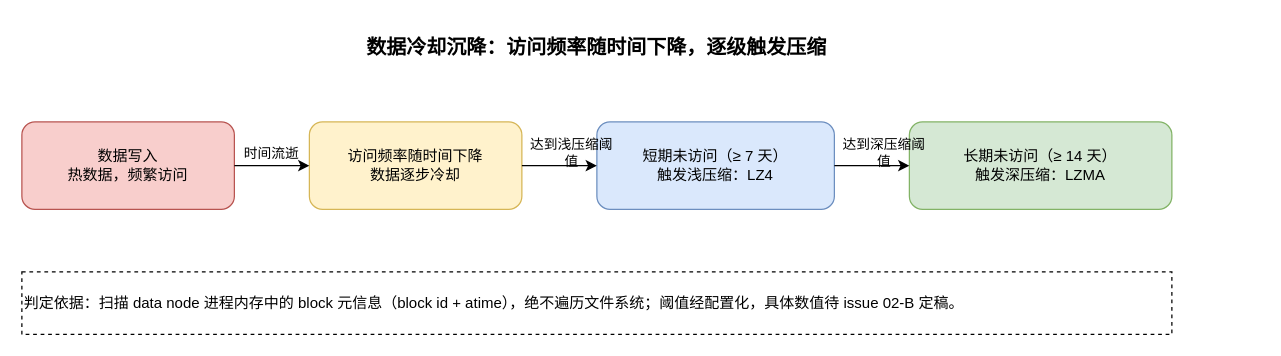
Above: docs/diagrams/flow-cooling.drawio in WitherLzero/distributed-compress-system (draw.io), before the change. Source tidied: cells renumbered, new cells numbered last; positions are measured from the earlier drawing's top-left corner, leaving out a move shared by most shapes. Both pictures are drawn from the tidied source at 125%, with x=0, y=0 at pixel (21, 21).
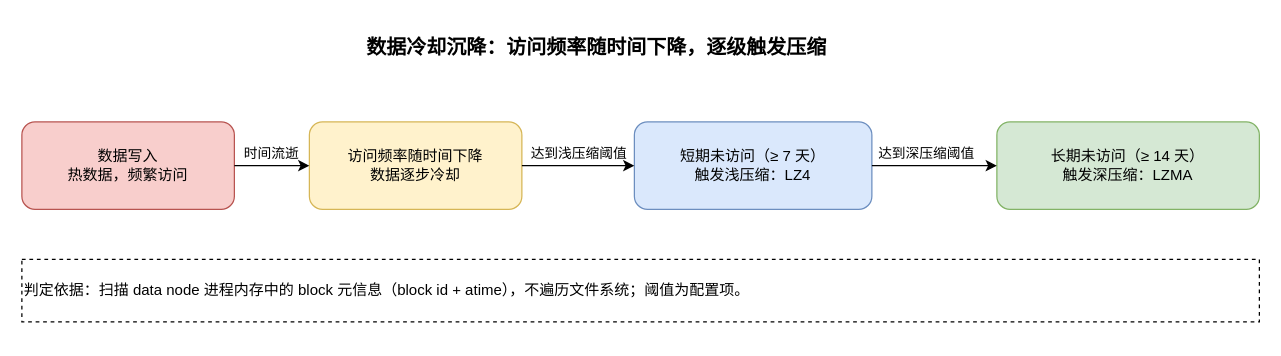
The same diagram, later.

Commit message (it also covers changes not shown here):
docs(design): lesson3 revision review fixes + close week3 issue 01

The edit, as a diff of the source:
```diff
@@
 <mxGraphModel>
   <root>
     <mxCell id="0" />
     <mxCell id="1" parent="0" />
     <mxCell id="2" value="数据冷却沉降：访问频率随时间下降，逐级触发压缩" style="text;html=1;strokeColor=none;fillColor=none;align=center;verticalAlign=middle;whiteSpace=wrap;rounded=0;fontSize=16;fontStyle=1;" parent="1" vertex="1">
       <mxGeometry x="160" width="600" height="40" as="geometry" />
     </mxCell>
     <mxCell id="3" value="数据写入&lt;div&gt;热数据，频繁访问&lt;/div&gt;" style="rounded=1;whiteSpace=wrap;html=1;fillColor=#f8cecc;strokeColor=#b85450;" parent="1" vertex="1">
       <mxGeometry y="80" width="170" height="70" as="geometry" />
     </mxCell>
     <mxCell id="4" value="访问频率随时间下降&lt;div&gt;数据逐步冷却&lt;/div&gt;" style="rounded=1;whiteSpace=wrap;html=1;fillColor=#fff2cc;strokeColor=#d6b656;" parent="1" vertex="1">
       <mxGeometry x="230" y="80" width="170" height="70" as="geometry" />
     </mxCell>
     <mxCell id="5" value="短期未访问（≥ 7 天）&lt;div&gt;触发浅压缩：LZ4&lt;/div&gt;" style="rounded=1;whiteSpace=wrap;html=1;fillColor=#dae8fc;strokeColor=#6c8ebf;" parent="1" vertex="1">
-      <mxGeometry x="460" y="80" width="190" height="70" as="geometry" />
+      <mxGeometry x="490" y="80" width="190" height="70" as="geometry" />
     </mxCell>
     <mxCell id="6" value="长期未访问（≥ 14 天）&lt;div&gt;触发深压缩：LZMA&lt;/div&gt;" style="rounded=1;whiteSpace=wrap;html=1;fillColor=#d5e8d4;strokeColor=#82b366;" parent="1" vertex="1">
-      <mxGeometry x="710" y="80" width="210" height="70" as="geometry" />
+      <mxGeometry x="780" y="80" width="210" height="70" as="geometry" />
     </mxCell>
     <mxCell id="7" style="endArrow=classic;html=1;rounded=1;edgeStyle=orthogonalEdgeStyle;" parent="1" edge="1" source="3" target="4">
       <mxGeometry relative="1" as="geometry" />
     </mxCell>
     <mxCell id="8" value="时间流逝" style="text;html=1;strokeColor=none;fillColor=none;align=center;verticalAlign=middle;whiteSpace=wrap;rounded=0;fontSize=11;" parent="1" vertex="1">
       <mxGeometry x="175" y="95" width="50" height="20" as="geometry" />
     </mxCell>
     <mxCell id="9" style="endArrow=classic;html=1;rounded=1;edgeStyle=orthogonalEdgeStyle;" parent="1" edge="1" source="4" target="5">
       <mxGeometry relative="1" as="geometry" />
     </mxCell>
     <mxCell id="10" value="达到浅压缩阈值" style="text;html=1;strokeColor=none;fillColor=none;align=center;verticalAlign=middle;whiteSpace=wrap;rounded=0;fontSize=11;" parent="1" vertex="1">
-      <mxGeometry x="402" y="95" width="76" height="20" as="geometry" />
+      <mxGeometry x="402" y="95" width="88" height="20" as="geometry" />
     </mxCell>
     <mxCell id="11" style="endArrow=classic;html=1;rounded=1;edgeStyle=orthogonalEdgeStyle;" parent="1" edge="1" source="5" target="6">
       <mxGeometry relative="1" as="geometry" />
     </mxCell>
     <mxCell id="12" value="达到深压缩阈值" style="text;html=1;strokeColor=none;fillColor=none;align=center;verticalAlign=middle;whiteSpace=wrap;rounded=0;fontSize=11;" parent="1" vertex="1">
-      <mxGeometry x="652" y="95" width="76" height="20" as="geometry" />
+      <mxGeometry x="680" y="95" width="88" height="20" as="geometry" />
     </mxCell>
-    <mxCell id="13" value="判定依据：扫描 data node 进程内存中的 block 元信息（block id + atime），绝不遍历文件系统；阈值经配置化，具体数值待 issue 02-B 定稿。" style="rounded=0;whiteSpace=wrap;html=1;fillColor=none;strokeColor=default;dashed=1;align=left;verticalAlign=middle;fontSize=12;" parent="1" vertex="1">
-      <mxGeometry y="200" width="920" height="50" as="geometry" />
+    <mxCell id="13" value="判定依据：扫描 data node 进程内存中的 block 元信息（block id + atime），不遍历文件系统；阈值为配置项。" style="rounded=0;whiteSpace=wrap;html=1;fillColor=none;strokeColor=default;dashed=1;align=left;verticalAlign=middle;fontSize=12;" parent="1" vertex="1">
+      <mxGeometry y="190" width="990" height="50" as="geometry" />
     </mxCell>
   </root>
 </mxGraphModel>
```
